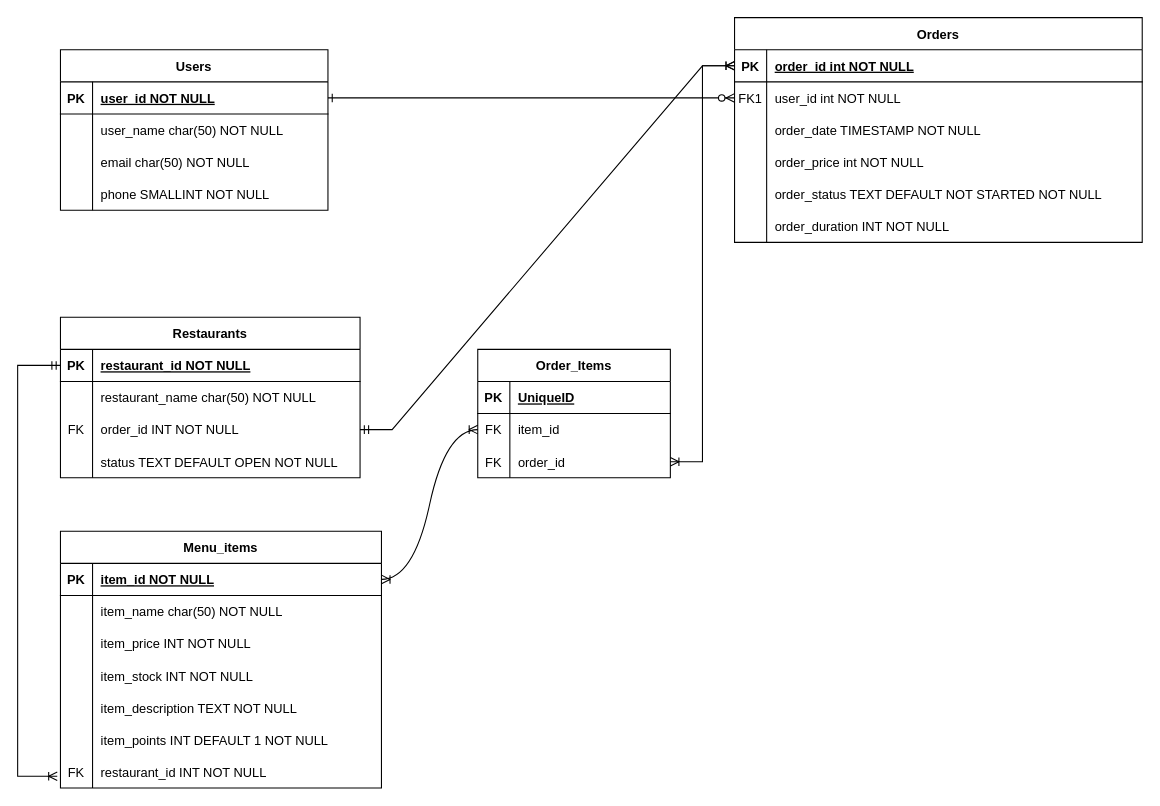
nickidells97/Food-Pick-Up-App keeps this draw.io diagram as docs/ERD/Food-Pick-Up-ERD.drawio. Above is the earlier version. Source tidied: cells renumbered, new cells numbered last; positions are measured from the earlier drawing's top-left corner, leaving out a move shared by most shapes. Both pictures are drawn from the tidied source at 107%, with x=0, y=0 at pixel (17, 17).
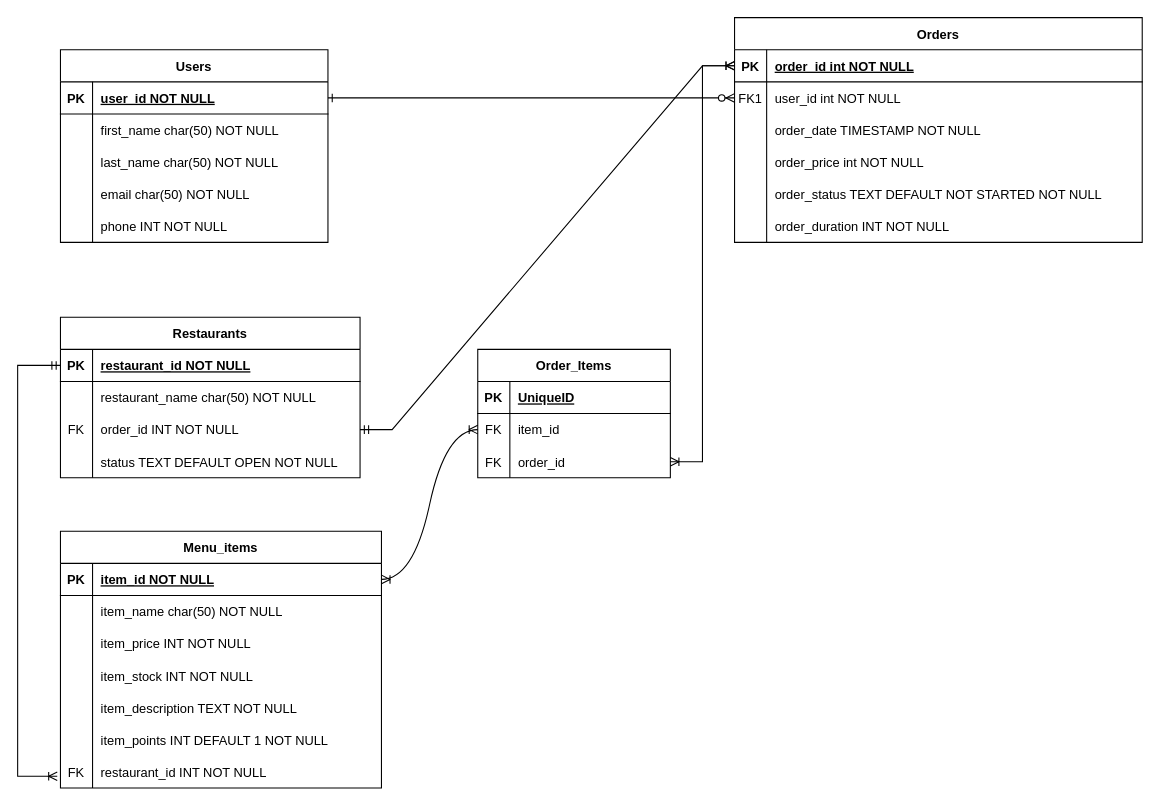
After the change.

Commit message:
update ERD to reflect users schema

Unchanged cells that the change refers to:
```xml
<mxCell id="26" style="shape=partialRectangle;fillColor=none;top=0;left=0;right=0;bottom=0;" parent="22" vertex="1">
  <mxGeometry y="60" width="250" height="30" as="geometry" />
</mxCell>
```

Change to the diagram source:
```diff
@@
     <mxCell id="22" value="Users" style="shape=table;startSize=30;childLayout=tableLayout;rowLines=0;fontStyle=1;align=center;" parent="1" vertex="1">
-      <mxGeometry x="40" y="30" width="250" height="150" as="geometry" />
+      <mxGeometry x="40" y="30" width="250" height="180" as="geometry" />
     </mxCell>
@@
-    <mxCell id="28" value="user_name char(50) NOT NULL" style="shape=partialRectangle;overflow=hidden;fillColor=none;top=0;left=0;bottom=0;right=0;align=left;spacingLeft=6;" parent="26" vertex="1">
+    <mxCell id="28" value="first_name char(50) NOT NULL" style="shape=partialRectangle;overflow=hidden;fillColor=none;top=0;left=0;bottom=0;right=0;align=left;spacingLeft=6;" parent="26" vertex="1">
       <mxGeometry x="30" width="220" height="30" as="geometry" />
     </mxCell>
+    <mxCell id="84" style="shape=partialRectangle;fillColor=none;top=0;left=0;right=0;bottom=0;" parent="22" vertex="1">
+      <mxGeometry y="90" width="250" height="30" as="geometry" />
+    </mxCell>
+    <mxCell id="85" style="shape=partialRectangle;overflow=hidden;fillColor=none;top=0;left=0;bottom=0;right=0;" parent="84" vertex="1">
+      <mxGeometry width="30" height="30" as="geometry" />
+    </mxCell>
+    <mxCell id="86" value="last_name char(50) NOT NULL" style="shape=partialRectangle;overflow=hidden;fillColor=none;top=0;left=0;bottom=0;right=0;align=left;spacingLeft=6;" parent="84" vertex="1">
+      <mxGeometry x="30" width="220" height="30" as="geometry" />
+    </mxCell>
     <mxCell id="29" style="shape=partialRectangle;fillColor=none;top=0;left=0;right=0;bottom=0;" parent="22" vertex="1">
-      <mxGeometry y="90" width="250" height="30" as="geometry" />
+      <mxGeometry y="120" width="250" height="30" as="geometry" />
     </mxCell>
@@
     <mxCell id="32" style="shape=partialRectangle;fillColor=none;top=0;left=0;right=0;bottom=0;" parent="22" vertex="1">
-      <mxGeometry y="120" width="250" height="30" as="geometry" />
+      <mxGeometry y="150" width="250" height="30" as="geometry" />
     </mxCell>
@@
-    <mxCell id="34" value="phone SMALLINT NOT NULL" style="shape=partialRectangle;overflow=hidden;fillColor=none;top=0;left=0;bottom=0;right=0;align=left;spacingLeft=6;" parent="32" vertex="1">
+    <mxCell id="34" value="phone INT NOT NULL" style="shape=partialRectangle;overflow=hidden;fillColor=none;top=0;left=0;bottom=0;right=0;align=left;spacingLeft=6;" parent="32" vertex="1">
       <mxGeometry x="30" width="220" height="30" as="geometry" />
     </mxCell>
```
